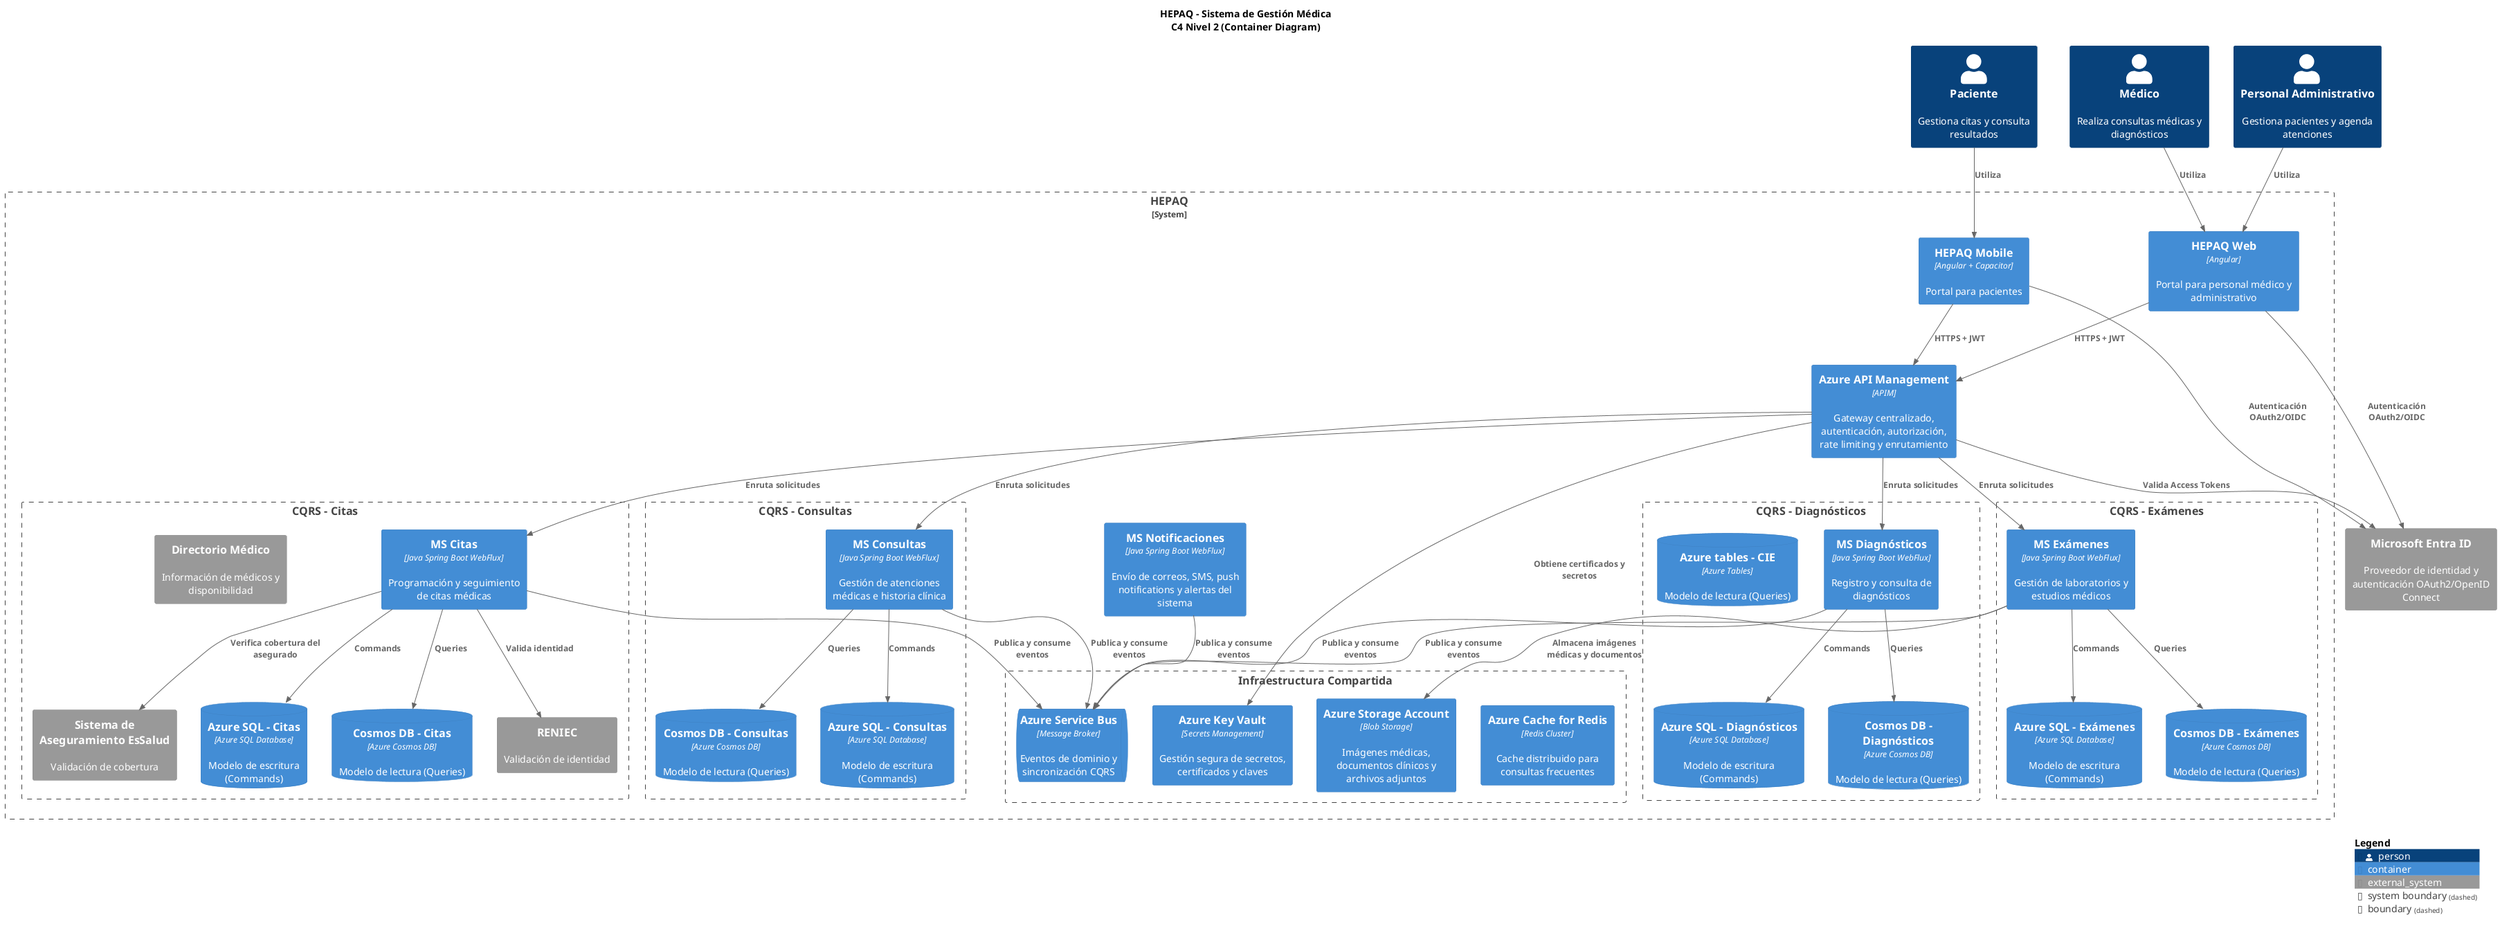
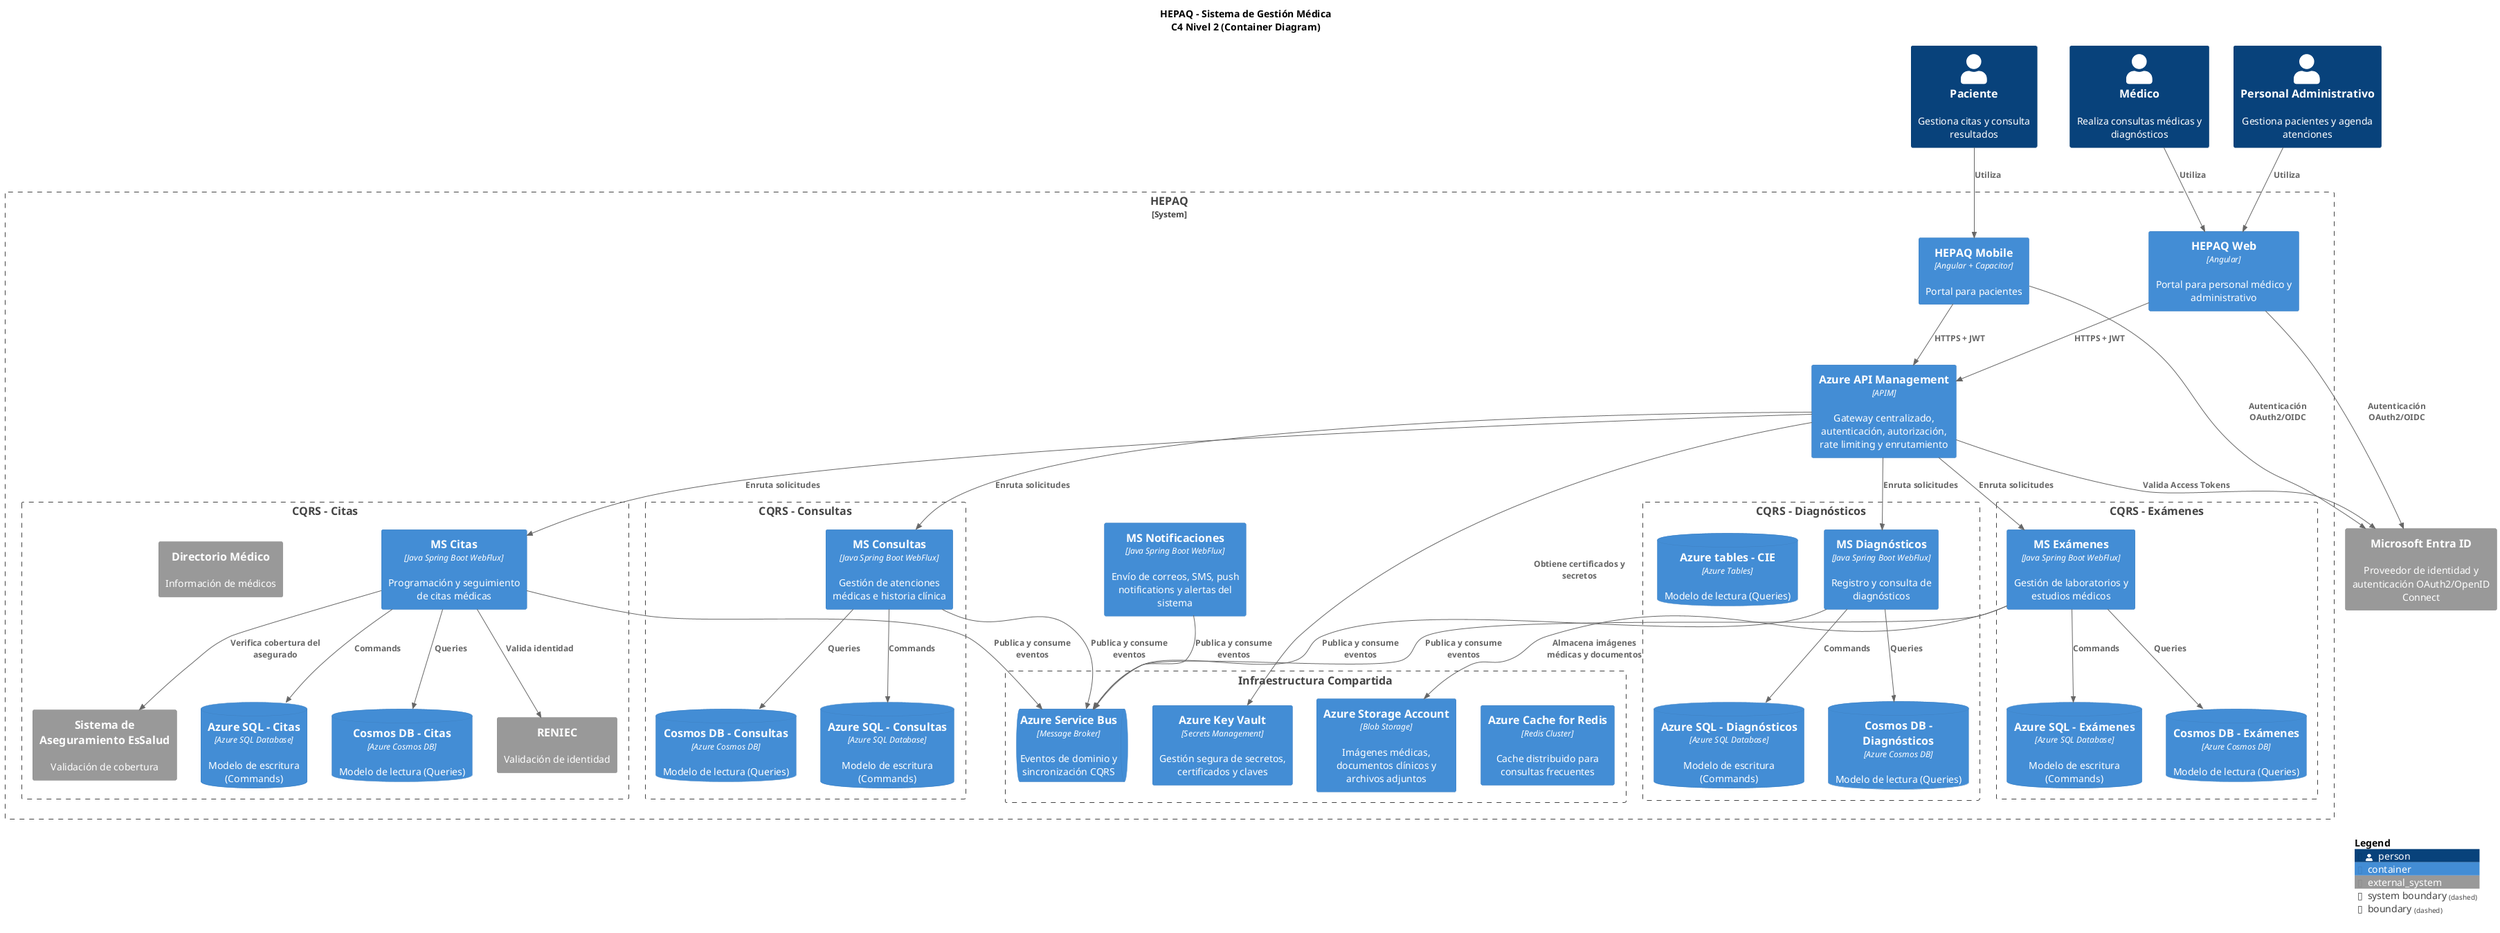
@startuml

!include <C4/C4_Container>

title HEPAQ - Sistema de Gestión Médica\nC4 Nivel 2 (Container Diagram)

Person(paciente, "Paciente", "Gestiona citas y consulta resultados")
Person(medico, "Médico", "Realiza consultas médicas y diagnósticos")
Person(administrativo, "Personal Administrativo", "Gestiona pacientes y agenda atenciones")

System_Ext(entraId, "Microsoft Entra ID", "Proveedor de identidad y autenticación OAuth2/OpenID Connect")

System_Boundary(hepaq, "HEPAQ") {

    Container(web, "HEPAQ Web", "Angular", "Portal para personal médico y administrativo")

    Container(mobile, "HEPAQ Mobile", "Angular + Capacitor", "Portal para pacientes")

    Container(apiGateway, "Azure API Management", "APIM", "Gateway centralizado, autenticación, autorización, rate limiting y enrutamiento")

    Boundary(sharedInfra, "Infraestructura Compartida") {

        Container(cache, "Azure Cache for Redis", "Redis Cluster", "Cache distribuido para consultas frecuentes")

        ContainerQueue(eventBus, "Azure Service Bus", "Message Broker", "Eventos de dominio y sincronización CQRS")

        Container(keyVault, "Azure Key Vault", "Secrets Management", "Gestión segura de secretos, certificados y claves")

        Container(storage, "Azure Storage Account", "Blob Storage", "Imágenes médicas, documentos clínicos y archivos adjuntos")
    }

    Boundary(cqrsCitas, "CQRS - Citas") {

        Container(citas, "MS Citas", "Java Spring Boot WebFlux", "Programación y seguimiento de citas médicas")

        ContainerDb(citasWriteDb, "Azure SQL - Citas", "Azure SQL Database", "Modelo de escritura (Commands)")

        ContainerDb(citasReadDb, "Cosmos DB - Citas", "Azure Cosmos DB", "Modelo de lectura (Queries)")

        System_Ext(reniec, "RENIEC", "Validación de identidad")

        System_Ext(seguro, "Sistema de Aseguramiento EsSalud", "Validación de cobertura")

-         System_Ext(medicos, "Directorio Médico", "Información de médicos y disponibilidad")
+         System_Ext(medicos, "Directorio Médico", "Información de médicos")
    }

    Boundary(cqrsConsultas, "CQRS - Consultas") {

        Container(consultas, "MS Consultas", "Java Spring Boot WebFlux", "Gestión de atenciones médicas e historia clínica")

        ContainerDb(consultasWriteDb, "Azure SQL - Consultas", "Azure SQL Database", "Modelo de escritura (Commands)")

        ContainerDb(consultasReadDb, "Cosmos DB - Consultas", "Azure Cosmos DB", "Modelo de lectura (Queries)")
    }

    Boundary(cqrsDiagnosticos, "CQRS - Diagnósticos") {

        Container(diagnosticos, "MS Diagnósticos", "Java Spring Boot WebFlux", "Registro y consulta de diagnósticos")

        ContainerDb(diagnosticosWriteDb, "Azure SQL - Diagnósticos", "Azure SQL Database", "Modelo de escritura (Commands)")

        ContainerDb(diagnosticosReadDb, "Cosmos DB - Diagnósticos", "Azure Cosmos DB", "Modelo de lectura (Queries)")
        ContainerDb(cieReadDb, "Azure tables - CIE", "Azure Tables", "Modelo de lectura (Queries)")
    }

    Boundary(cqrsExamenes, "CQRS - Exámenes") {

        Container(examenes, "MS Exámenes", "Java Spring Boot WebFlux", "Gestión de laboratorios y estudios médicos")

        ContainerDb(examenesWriteDb, "Azure SQL - Exámenes", "Azure SQL Database", "Modelo de escritura (Commands)")

        ContainerDb(examenesReadDb, "Cosmos DB - Exámenes", "Azure Cosmos DB", "Modelo de lectura (Queries)")
    }

    Container(notificaciones, "MS Notificaciones", "Java Spring Boot WebFlux", "Envío de correos, SMS, push notifications y alertas del sistema")
}

' ==========================
' Usuarios
' ==========================

Rel(paciente, mobile, "Utiliza")

Rel(medico, web, "Utiliza")

Rel(administrativo, web, "Utiliza")

' ==========================
' Autenticación
' ==========================

Rel(web, entraId, "Autenticación OAuth2/OIDC")

Rel(mobile, entraId, "Autenticación OAuth2/OIDC")

Rel(apiGateway, entraId, "Valida Access Tokens")

' ==========================
' Frontend -> APIM
' ==========================

Rel(web, apiGateway, "HTTPS + JWT")

Rel(mobile, apiGateway, "HTTPS + JWT")

' ==========================
' APIM -> Microservicios
' ==========================

Rel(apiGateway, citas, "Enruta solicitudes")

Rel(apiGateway, consultas, "Enruta solicitudes")

Rel(apiGateway, diagnosticos, "Enruta solicitudes")

Rel(apiGateway, examenes, "Enruta solicitudes")

' ==========================
' CQRS - Commands / Queries
' ==========================

Rel(citas, citasWriteDb, "Commands")

Rel(citas, citasReadDb, "Queries")

Rel(consultas, consultasWriteDb, "Commands")

Rel(consultas, consultasReadDb, "Queries")

Rel(diagnosticos, diagnosticosWriteDb, "Commands")

Rel(diagnosticos, diagnosticosReadDb, "Queries")

Rel(examenes, examenesWriteDb, "Commands")

Rel(examenes, examenesReadDb, "Queries")

' ==========================
' Event Driven Architecture
' ==========================

Rel(citas, eventBus, "Publica y consume eventos")

Rel(consultas, eventBus, "Publica y consume eventos")

Rel(diagnosticos, eventBus, "Publica y consume eventos")

Rel(examenes, eventBus, "Publica y consume eventos")

Rel(notificaciones, eventBus, "Publica y consume eventos")

' ==========================
' Seguridad
' ==========================

Rel(apiGateway, keyVault, "Obtiene certificados y secretos")

' ==========================
' Almacenamiento documental
' ==========================

Rel(examenes, storage, "Almacena imágenes médicas y documentos")

' ==========================
' Integraciones de negocio
' ==========================

Rel(citas, reniec, "Valida identidad")

Rel(citas, seguro, "Verifica cobertura del asegurado")

SHOW_LEGEND()

@enduml